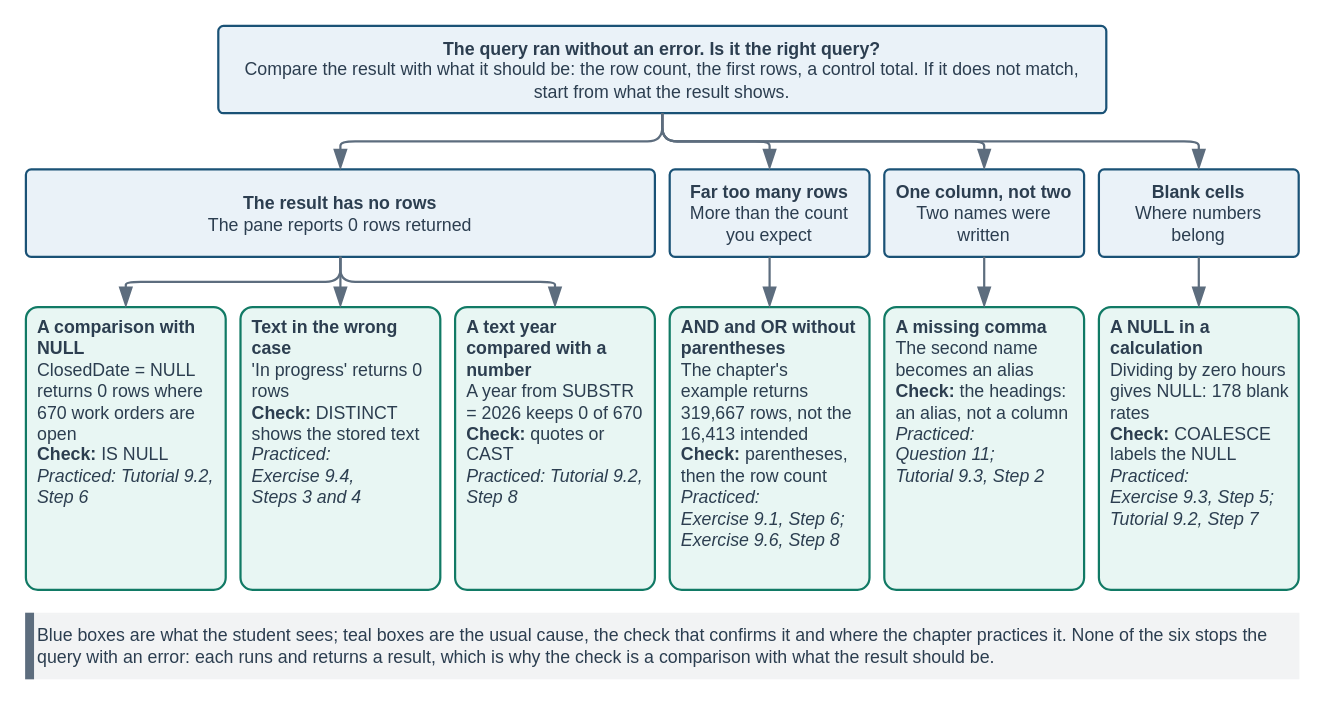
This is facts/instructor/figures/chapter-09-sql-essentials/IF-09-0-A.drawio from mmcodesso/Accounting_Analytics_Book, a draw.io file, before an edit. Source tidied: cells renumbered, new cells numbered last; positions are measured from the earlier drawing's top-left corner, leaving out a move shared by most shapes. Both pictures are drawn from the tidied source at 148%, with x=0, y=0 at pixel (25, 25).
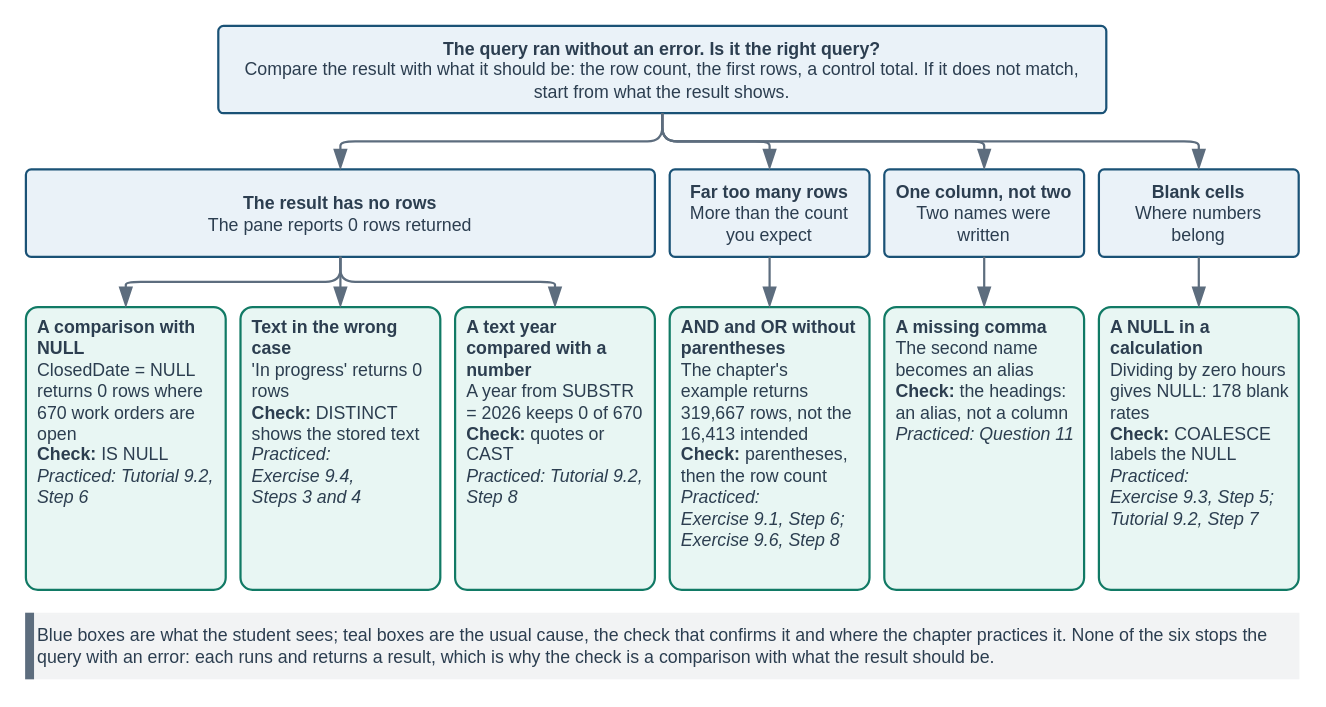
The same diagram, later.

Change to the diagram source:
```diff
@@
-    <mxCell id="8" value="&lt;b&gt;A missing comma&lt;/b&gt;&lt;br&gt;The second name becomes an alias&lt;br&gt;&lt;b&gt;Check:&lt;/b&gt; the headings: an alias, not a column&lt;br&gt;&lt;i&gt;Practiced: Question&amp;nbsp;11; Tutorial&amp;nbsp;9.3, Step&amp;nbsp;2&lt;/i&gt;" style="rounded=1;arcSize=6;whiteSpace=wrap;html=1;fillColor=#E8F6F3;strokeColor=#117A65;strokeWidth=1.5;fontColor=#2C3E50;fontSize=12;fontStyle=0;align=left;verticalAlign=top;fontFamily=Helvetica;spacingLeft=6;spacingRight=6;" parent="1" vertex="1">
+    <mxCell id="8" value="&lt;b&gt;A missing comma&lt;/b&gt;&lt;br&gt;The second name becomes an alias&lt;br&gt;&lt;b&gt;Check:&lt;/b&gt; the headings: an alias, not a column&lt;br&gt;&lt;i&gt;Practiced: Question&amp;nbsp;11&lt;/i&gt;" style="rounded=1;arcSize=6;whiteSpace=wrap;html=1;fillColor=#E8F6F3;strokeColor=#117A65;strokeWidth=1.5;fontColor=#2C3E50;fontSize=12;fontStyle=0;align=left;verticalAlign=top;fontFamily=Helvetica;spacingLeft=6;spacingRight=6;" parent="1" vertex="1">
       <mxGeometry x="580" y="190" width="135" height="191" as="geometry" />
     </mxCell>
```
